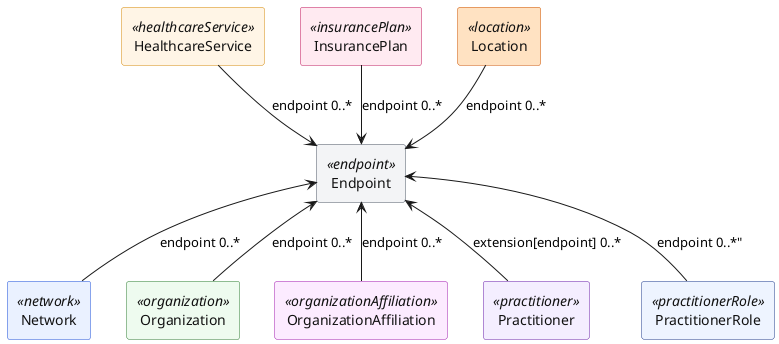
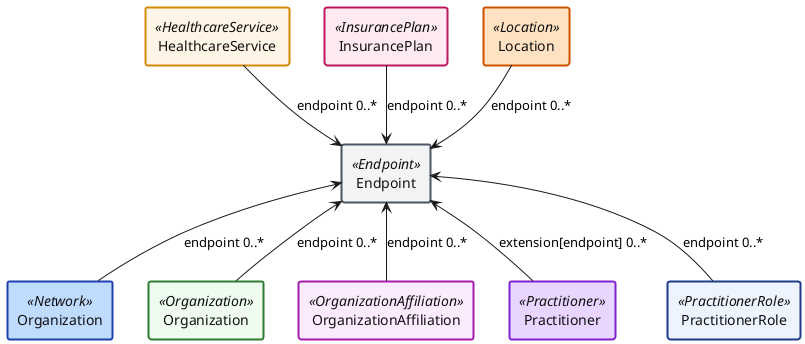
@startuml

skinparam agent {
	FontColor #111111
- 	BackgroundColor<<endpoint>> #F3F4F6
- 	BorderColor<<endpoint>> #4B5563
- 	BackgroundColor<<healthcareService>> #FFF5E6
- 	BorderColor<<healthcareService>> #D48806
- 	BackgroundColor<<insurancePlan>> #FFEAF1
- 	BorderColor<<insurancePlan>> #BE185D
- 	BackgroundColor<<location>> #FFE2C2
- 	BorderColor<<location>> #CC5200
- 	BackgroundColor<<network>> #EAF1FF
- 	BorderColor<<network>> #1D4ED8
- 	BackgroundColor<<organization>> #EEFBEF
- 	BorderColor<<organization>> #2E7D32
- 	BackgroundColor<<organizationAffiliation>> #FCEBFF
- 	BorderColor<<organizationAffiliation>> #A21CAF
- 	BackgroundColor<<practitioner>> #F4EEFF
- 	BorderColor<<practitioner>> #6B21A8
- 	BackgroundColor<<practitionerRole>> #EEF4FF
- 	BorderColor<<practitionerRole>> #1E3A8A
+ 	BorderThickness 2
+ 	BackgroundColor<<Endpoint>> #F3F4F6
+ 	BorderColor<<Endpoint>> #4B5563
+ 	BackgroundColor<<HealthcareService>> #FFF5E6
+ 	BorderColor<<HealthcareService>> #D48806
+ 	BackgroundColor<<InsurancePlan>> #FFEAF1
+ 	BorderColor<<InsurancePlan>> #BE185D
+ 	BackgroundColor<<Location>> #FFE2C2
+ 	BorderColor<<Location>> #CC5200
+ 	BackgroundColor<<Network>> #BFDBFE
+ 	BorderColor<<Network>> #1E40AF
+ 	BackgroundColor<<Organization>> #EEFBEF
+ 	BorderColor<<Organization>> #2E7D32
+ 	BackgroundColor<<OrganizationAffiliation>> #FCEBFF
+ 	BorderColor<<OrganizationAffiliation>> #A21CAF
+ 	BackgroundColor<<Practitioner>> #E9D5FF
+ 	BorderColor<<Practitioner>> #7E22CE
+ 	BackgroundColor<<PractitionerRole>> #EEF4FF
+ 	BorderColor<<PractitionerRole>> #1E3A8A
}

- agent Endpoint as endpoint <<endpoint>>
- agent HealthcareService as healthcareService <<healthcareService>>
- agent InsurancePlan as insurance <<insurancePlan>>
- agent Location as location <<location>>
- agent Network as network <<network>>
- agent Organization as organization <<organization>>
- agent OrganizationAffiliation as organizationaffiliation <<organizationAffiliation>>
- agent Practitioner as practitioner <<practitioner>>
- agent PractitionerRole as practitionerrole <<practitionerRole>>
+ agent Endpoint as endpoint <<Endpoint>>
+ agent HealthcareService as healthcareService <<HealthcareService>>
+ agent InsurancePlan as insurance <<InsurancePlan>>
+ agent Location as location <<Location>>
+ agent Organization as network <<Network>>
+ agent Organization as organization <<Organization>>
+ agent OrganizationAffiliation as organizationaffiliation <<OrganizationAffiliation>>
+ agent Practitioner as practitioner <<Practitioner>>
+ agent PractitionerRole as practitionerrole <<PractitionerRole>>


healthcareService -down-> endpoint : "endpoint 0..*"
insurance -down-> endpoint : "endpoint 0..*"
location -down-> endpoint : "endpoint 0..*"
network -up-> endpoint : "endpoint 0..*"
organization -up-> endpoint : "endpoint 0..*"
organizationaffiliation -up-> endpoint : "endpoint 0..*"
practitioner -up-> endpoint : "extension[endpoint] 0..*"
- practitionerrole -up-> endpoint : "endpoint 0..*" "
+ practitionerrole -up-> endpoint : "endpoint 0..*"

@enduml